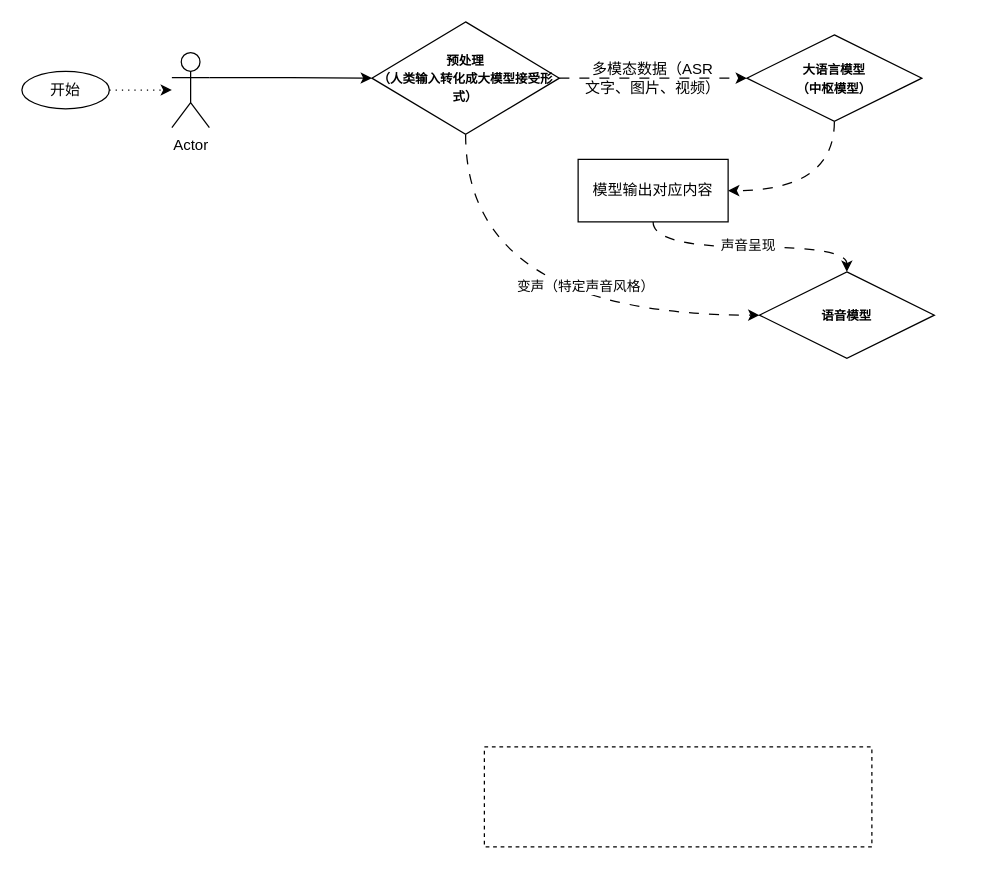
Earlier version of the draw.io diagram 数字人.drawio (paleblackless/diagrams). Source tidied: cells renumbered, new cells numbered last; positions are measured from the earlier drawing's top-left corner, leaving out a move shared by most shapes. Both pictures are drawn from the tidied source at 125%, with x=0, y=0 at pixel (21, 21).
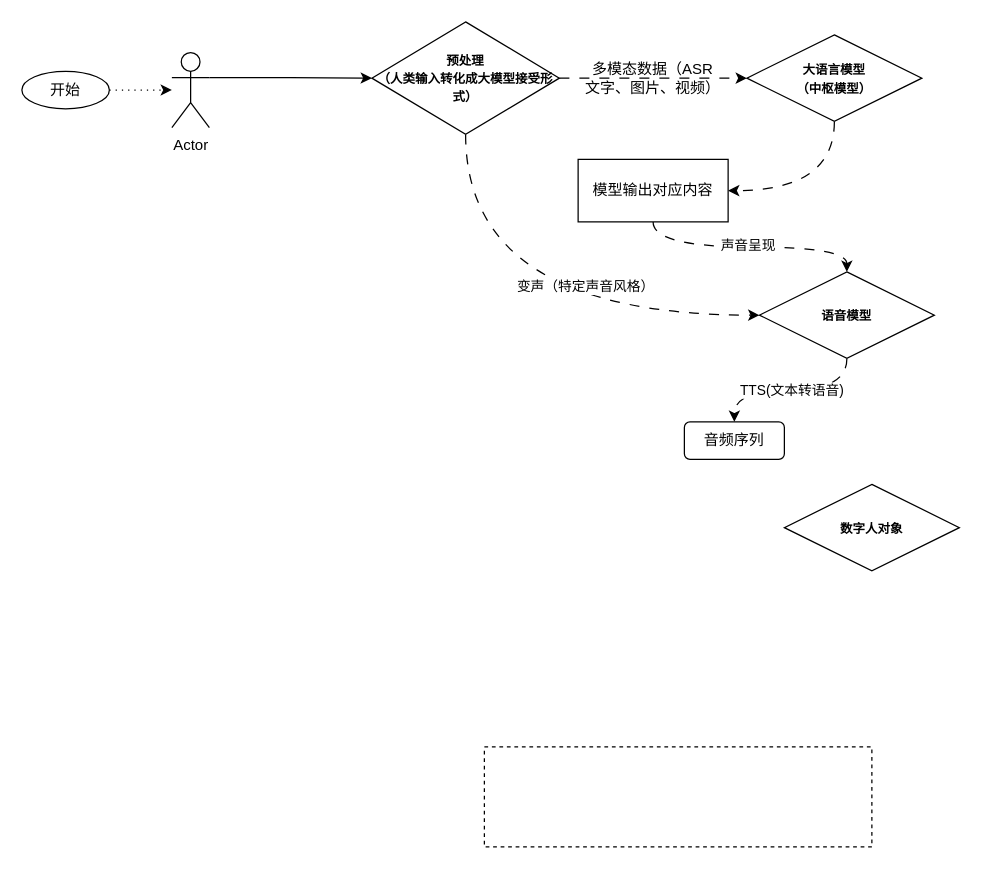
The same diagram, later.

Commit message (it also covers changes not shown here):
更新数字人.drawio

The change refers to these unchanged cells:
```xml
<mxCell id="15" value="&lt;span style=&quot;font-size: 10px;&quot;&gt;&lt;b&gt;语音模型&lt;/b&gt;&lt;/span&gt;" style="rhombus;whiteSpace=wrap;html=1;" parent="1" vertex="1">
  <mxGeometry x="590" y="200" width="140" height="69.2" as="geometry" />
</mxCell>
```

Diff of the diagram source:
```diff
@@
+    <mxCell id="18" style="edgeStyle=orthogonalEdgeStyle;rounded=0;jettySize=auto;html=1;exitX=0.5;exitY=1;exitDx=0;exitDy=0;curved=1;dashed=1;dashPattern=8 8;" parent="1" edge="1" source="15" target="20">
+      <mxGeometry relative="1" as="geometry" />
+    </mxCell>
+    <mxCell id="19" value="TTS(文本转语音)" style="edgeLabel;html=1;align=center;verticalAlign=middle;" parent="18" vertex="1">
+      <mxGeometry relative="1" as="geometry" />
+    </mxCell>
@@
+    <mxCell id="20" value="音频序列" style="rounded=1;whiteSpace=wrap;html=1;" parent="1" vertex="1">
+      <mxGeometry x="530" y="320" width="80" height="30" as="geometry" />
+    </mxCell>
+    <mxCell id="21" value="&lt;span style=&quot;font-size: 10px;&quot;&gt;&lt;b&gt;数字人对象&lt;/b&gt;&lt;/span&gt;" style="rhombus;whiteSpace=wrap;html=1;" parent="1" vertex="1">
+      <mxGeometry x="610" y="370" width="140" height="69.2" as="geometry" />
+    </mxCell>
```
